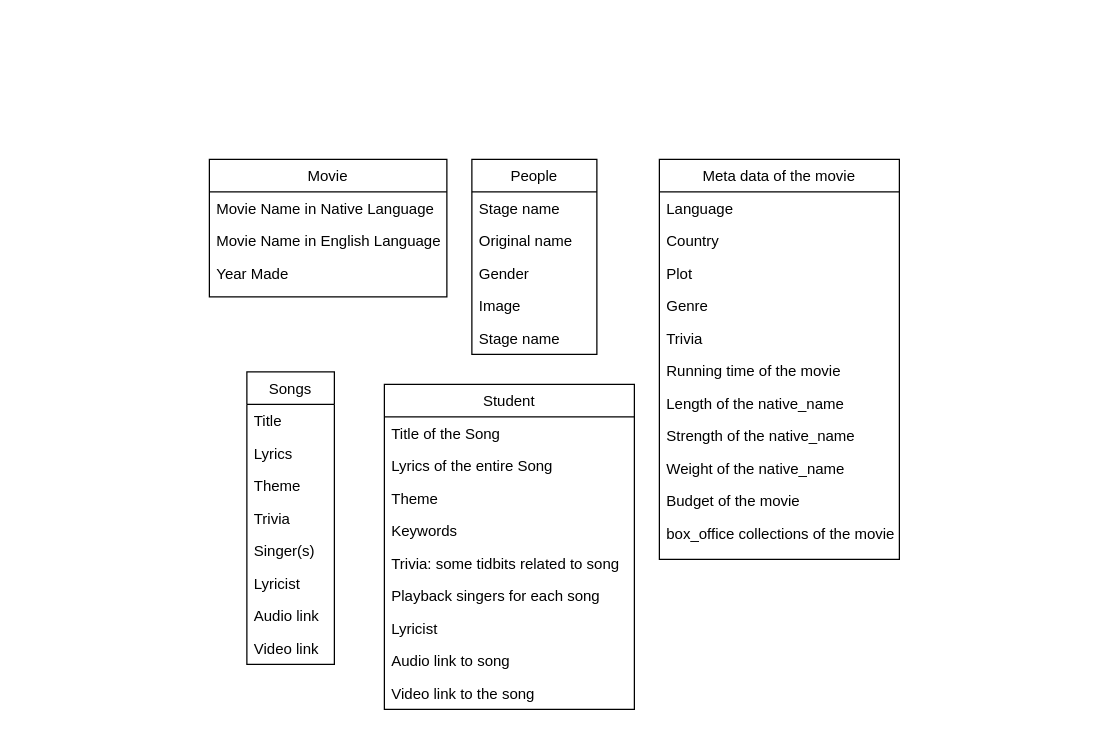
This is Untitled Diagram.drawio from SpiderMan-ParkerTalley/JDBC-Movie-Datebase-Project, a draw.io file, before an edit. Source tidied: cells renumbered, new cells numbered last; positions are measured from the earlier drawing's top-left corner, leaving out a move shared by most shapes. Both pictures are drawn from the tidied source at 125%, with x=0, y=0 at pixel (209, 159).
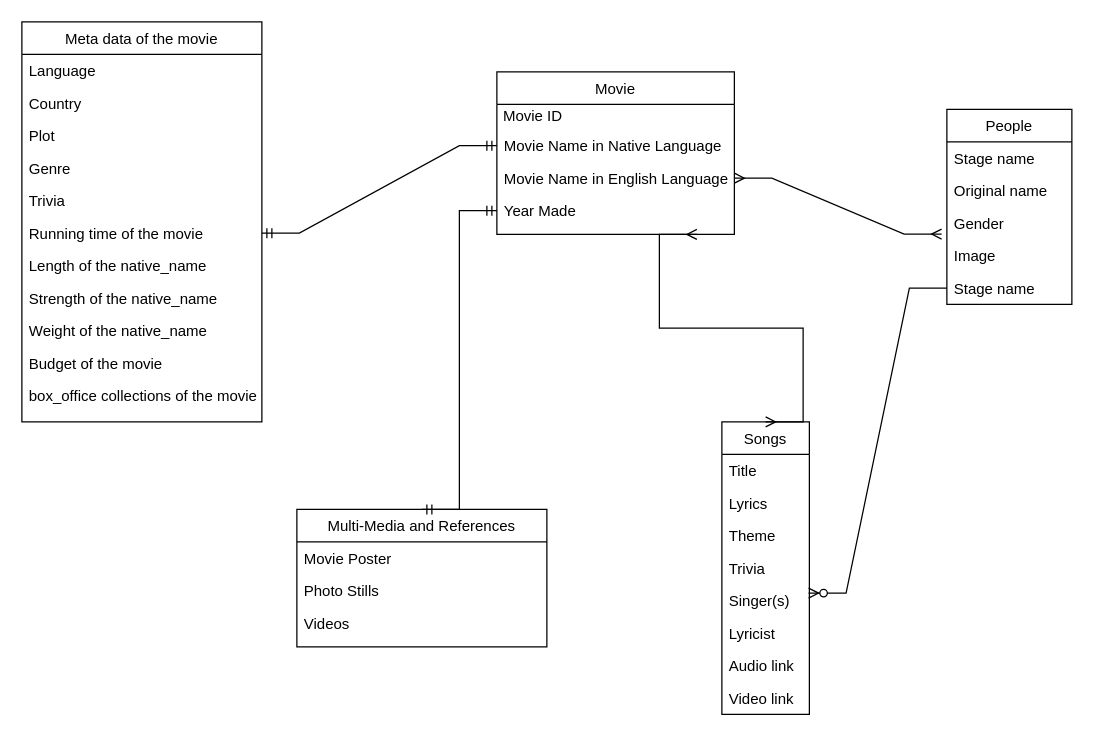
The same page after the edit.

Unchanged cells that the change refers to:
```xml
<mxCell id="19" value="Gender" style="text;align=left;verticalAlign=top;spacingLeft=4;spacingRight=4;overflow=hidden;points=[[0,0.5],[1,0.5]];portConstraint=eastwest;" parent="16" vertex="1">
  <mxGeometry y="78" width="100" height="26" as="geometry" />
</mxCell>
<mxCell id="21" value="Stage name&#10;" style="text;align=left;verticalAlign=top;spacingLeft=4;spacingRight=4;overflow=hidden;points=[[0,0.5],[1,0.5]];portConstraint=eastwest;" parent="16" vertex="1">
  <mxGeometry y="130" width="100" height="26" as="geometry" />
</mxCell>
<mxCell id="28" value="Running time of the movie" style="text;align=left;verticalAlign=top;spacingLeft=4;spacingRight=4;overflow=hidden;points=[[0,0.5],[1,0.5]];portConstraint=eastwest;" parent="22" vertex="1">
  <mxGeometry y="156" width="192" height="26" as="geometry" />
</mxCell>
<mxCell id="39" value="Singer(s)" style="text;align=left;verticalAlign=top;spacingLeft=4;spacingRight=4;overflow=hidden;points=[[0,0.5],[1,0.5]];portConstraint=eastwest;" parent="34" vertex="1">
  <mxGeometry y="130" width="70" height="26" as="geometry" />
</mxCell>
```

Change to the diagram source:
```diff
@@
     <mxCell id="2" value="Movie" style="swimlane;fontStyle=0;align=center;verticalAlign=top;horizontal=1;startSize=26;rounded=0;shadow=0;strokeWidth=1;" parent="1" vertex="1">
-      <mxGeometry width="190" height="110" as="geometry" />
+      <mxGeometry x="230" y="-70" width="190" height="130" as="geometry" />
     </mxCell>
+    <mxCell id="43" value="&amp;nbsp;Movie ID" style="text;html=1;align=left;verticalAlign=middle;strokeColor=none;fillColor=none;" parent="2" vertex="1">
+      <mxGeometry y="26" width="190" height="20" as="geometry" />
+    </mxCell>
     <mxCell id="3" value="Movie Name in Native Language" style="text;align=left;verticalAlign=top;spacingLeft=4;spacingRight=4;overflow=hidden;points=[[0,0.5],[1,0.5]];portConstraint=eastwest;" parent="2" vertex="1">
-      <mxGeometry y="26" width="190" height="26" as="geometry" />
+      <mxGeometry y="46" width="190" height="26" as="geometry" />
     </mxCell>
     <mxCell id="4" value="Movie Name in English Language" style="text;align=left;verticalAlign=top;spacingLeft=4;spacingRight=4;overflow=hidden;points=[[0,0.5],[1,0.5]];portConstraint=eastwest;rounded=0;shadow=0;html=0;" parent="2" vertex="1">
-      <mxGeometry y="52" width="190" height="26" as="geometry" />
+      <mxGeometry y="72" width="190" height="26" as="geometry" />
     </mxCell>
     <mxCell id="5" value="Year Made" style="text;align=left;verticalAlign=top;spacingLeft=4;spacingRight=4;overflow=hidden;points=[[0,0.5],[1,0.5]];portConstraint=eastwest;rounded=0;shadow=0;html=0;" parent="2" vertex="1">
-      <mxGeometry y="78" width="190" height="26" as="geometry" />
+      <mxGeometry y="98" width="190" height="26" as="geometry" />
     </mxCell>
-    <mxCell id="6" value="Student" style="swimlane;fontStyle=0;align=center;verticalAlign=top;horizontal=1;startSize=26;rounded=0;shadow=0;strokeWidth=1;" parent="1" vertex="1">
-      <mxGeometry x="140" y="180" width="200" height="260" as="geometry" />
+    <mxCell id="6" value="Multi-Media and References" style="swimlane;fontStyle=0;align=center;verticalAlign=top;horizontal=1;startSize=26;rounded=0;shadow=0;strokeWidth=1;" parent="1" vertex="1">
+      <mxGeometry x="70" y="280" width="200" height="110" as="geometry" />
     </mxCell>
-    <mxCell id="7" value="Title of the Song" style="text;align=left;verticalAlign=top;spacingLeft=4;spacingRight=4;overflow=hidden;" parent="6" vertex="1">
+    <mxCell id="7" value="Movie Poster" style="text;align=left;verticalAlign=top;spacingLeft=4;spacingRight=4;overflow=hidden;" parent="6" vertex="1">
       <mxGeometry y="26" width="200" height="26" as="geometry" />
     </mxCell>
-    <mxCell id="8" value="Lyrics of the entire Song" style="text;align=left;verticalAlign=top;spacingLeft=4;spacingRight=4;overflow=hidden;rounded=0;shadow=0;html=0;" parent="6" vertex="1">
+    <mxCell id="8" value="Photo Stills" style="text;align=left;verticalAlign=top;spacingLeft=4;spacingRight=4;overflow=hidden;rounded=0;shadow=0;html=0;" parent="6" vertex="1">
       <mxGeometry y="52" width="200" height="26" as="geometry" />
     </mxCell>
-    <mxCell id="9" value="Theme" style="text;align=left;verticalAlign=top;spacingLeft=4;spacingRight=4;overflow=hidden;fontStyle=0;" parent="6" vertex="1">
+    <mxCell id="9" value="Videos" style="text;align=left;verticalAlign=top;spacingLeft=4;spacingRight=4;overflow=hidden;fontStyle=0;" parent="6" vertex="1">
       <mxGeometry y="78" width="200" height="26" as="geometry" />
     </mxCell>
-    <mxCell id="10" value="Keywords" style="text;align=left;verticalAlign=top;spacingLeft=4;spacingRight=4;overflow=hidden;" parent="6" vertex="1">
-      <mxGeometry y="104" width="200" height="26" as="geometry" />
-    </mxCell>
-    <mxCell id="11" value="Trivia: some tidbits related to song" style="text;align=left;verticalAlign=top;spacingLeft=4;spacingRight=4;overflow=hidden;" parent="6" vertex="1">
-      <mxGeometry y="130" width="200" height="26" as="geometry" />
-    </mxCell>
-    <mxCell id="12" value="Playback singers for each song" style="text;align=left;verticalAlign=top;spacingLeft=4;spacingRight=4;overflow=hidden;" parent="6" vertex="1">
-      <mxGeometry y="156" width="200" height="26" as="geometry" />
-    </mxCell>
-    <mxCell id="13" value="Lyricist" style="text;align=left;verticalAlign=top;spacingLeft=4;spacingRight=4;overflow=hidden;" parent="6" vertex="1">
-      <mxGeometry y="182" width="200" height="26" as="geometry" />
-    </mxCell>
-    <mxCell id="14" value="Audio link to song" style="text;align=left;verticalAlign=top;spacingLeft=4;spacingRight=4;overflow=hidden;" parent="6" vertex="1">
-      <mxGeometry y="208" width="200" height="26" as="geometry" />
-    </mxCell>
-    <mxCell id="15" value="Video link to the song" style="text;align=left;verticalAlign=top;spacingLeft=4;spacingRight=4;overflow=hidden;" parent="6" vertex="1">
-      <mxGeometry y="234" width="200" height="26" as="geometry" />
-    </mxCell>
     <mxCell id="16" value="People" style="swimlane;fontStyle=0;align=center;verticalAlign=top;horizontal=1;startSize=26;rounded=0;shadow=0;strokeWidth=1;" parent="1" vertex="1">
-      <mxGeometry x="210" width="100" height="156" as="geometry" />
+      <mxGeometry x="590" y="-40" width="100" height="156" as="geometry" />
     </mxCell>
@@
     <mxCell id="22" value="Meta data of the movie" style="swimlane;fontStyle=0;align=center;verticalAlign=top;horizontal=1;startSize=26;rounded=0;shadow=0;strokeWidth=1;" parent="1" vertex="1">
-      <mxGeometry x="360" width="192" height="320" as="geometry" />
+      <mxGeometry x="-150" y="-110" width="192" height="320" as="geometry" />
     </mxCell>
@@
     <mxCell id="34" value="Songs" style="swimlane;fontStyle=0;align=center;verticalAlign=top;horizontal=1;startSize=26;rounded=0;shadow=0;strokeWidth=1;" parent="1" vertex="1">
-      <mxGeometry x="30" y="170" width="70" height="234" as="geometry" />
+      <mxGeometry x="410" y="210" width="70" height="234" as="geometry" />
     </mxCell>
@@
+    <mxCell id="44" style="edgeStyle=entityRelationEdgeStyle;fontSize=12;html=1;endArrow=ERmany;startArrow=ERmany;rounded=0;entryX=1;entryY=0.5;entryDx=0;entryDy=0;exitX=-0.042;exitY=0.838;exitDx=0;exitDy=0;exitPerimeter=0;" parent="1" edge="1" source="19" target="4">
+      <mxGeometry relative="1" as="geometry" />
+    </mxCell>
+    <mxCell id="45" style="edgeStyle=entityRelationEdgeStyle;fontSize=12;html=1;endArrow=ERmany;startArrow=ERmany;exitX=0.5;exitY=0;exitDx=0;exitDy=0;rounded=0;" parent="1" edge="1" source="34">
+      <mxGeometry relative="1" as="geometry">
+        <mxPoint x="390" y="60" as="targetPoint" />
+      </mxGeometry>
+    </mxCell>
+    <mxCell id="46" style="edgeStyle=entityRelationEdgeStyle;fontSize=12;html=1;endArrow=ERmandOne;startArrow=ERmandOne;rounded=0;entryX=0;entryY=0.5;entryDx=0;entryDy=0;exitX=1;exitY=0.5;exitDx=0;exitDy=0;" parent="1" edge="1" source="28" target="3">
+      <mxGeometry relative="1" as="geometry" />
+    </mxCell>
+    <mxCell id="47" style="edgeStyle=entityRelationEdgeStyle;fontSize=12;html=1;endArrow=ERmandOne;startArrow=ERmandOne;rounded=0;entryX=0;entryY=0.5;entryDx=0;entryDy=0;exitX=0.5;exitY=0;exitDx=0;exitDy=0;" parent="1" edge="1" source="6" target="5">
+      <mxGeometry relative="1" as="geometry" />
+    </mxCell>
+    <mxCell id="48" style="edgeStyle=entityRelationEdgeStyle;fontSize=12;html=1;endArrow=ERzeroToMany;endFill=1;rounded=0;exitX=0;exitY=0.5;exitDx=0;exitDy=0;entryX=0.991;entryY=0.269;entryDx=0;entryDy=0;entryPerimeter=0;" parent="1" edge="1" source="21" target="39">
+      <mxGeometry relative="1" as="geometry" />
+    </mxCell>
```
